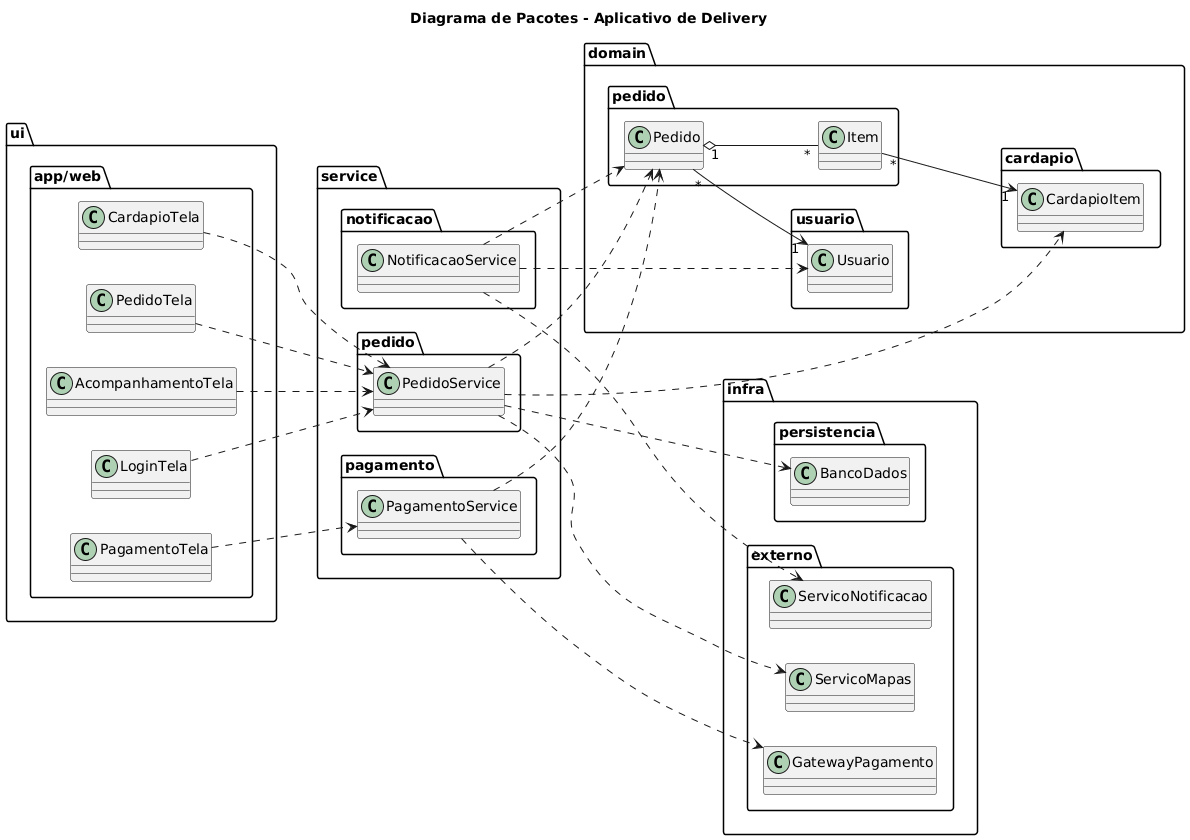
Above: 08-UML-Componentes-&-Pacotes/diagrama_pacotes.png in Gabriel-Crdz/AnaliseModelagem-II (PlantUML), before the change.
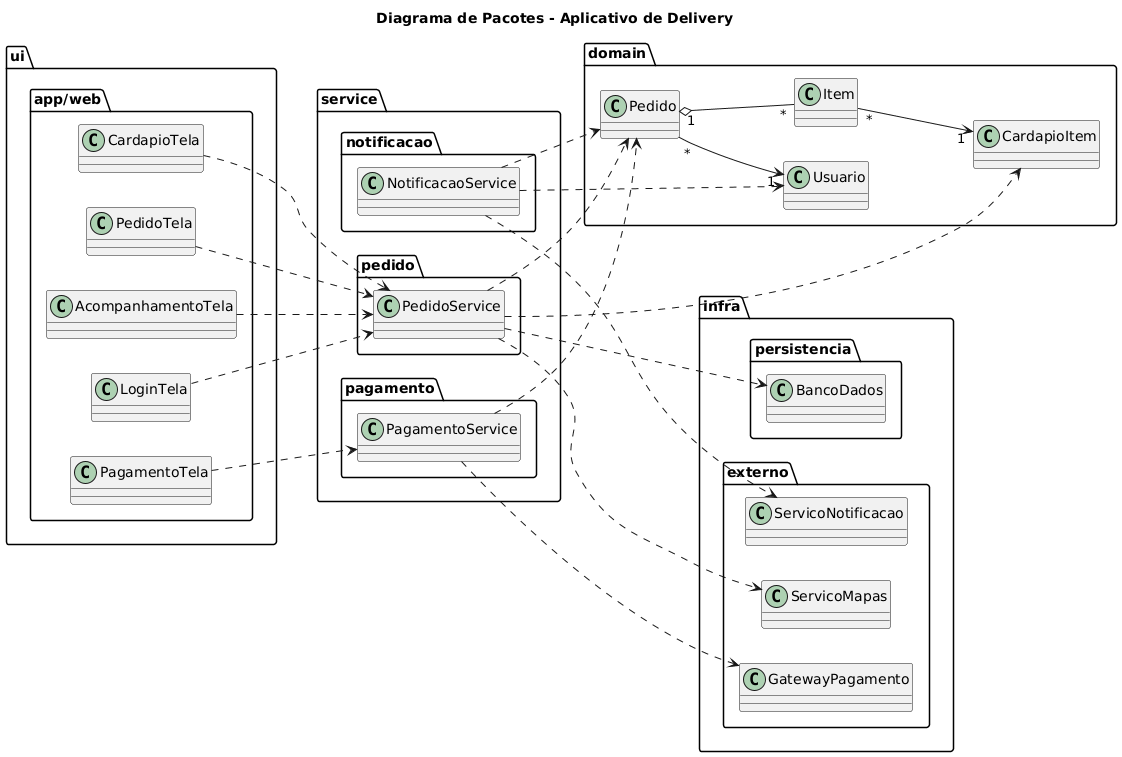
After the commit.

Diff of the diagram source:
```diff
@@ -15,19 +15,11 @@
 }
 
 package "domain" {
+  class Usuario
+  class Pedido
+  class Item
+  class CardapioItem
 
-    package "usuario" {
-        class Usuario
-    }
-
-    package "pedido" {
-        class Pedido
-        class Item
-    }
-
-    package "cardapio" {
-        class CardapioItem
-    }
 }
 
 package "service" {
```
